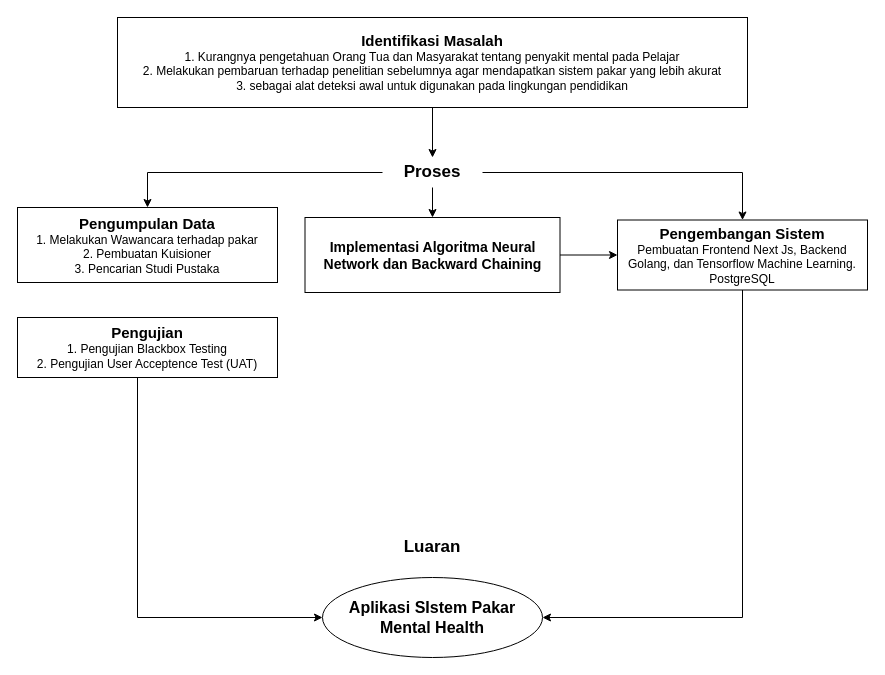
Earlier version of the draw.io diagram Dokumen/Gambar Diagram/Kerangka Pikir.drawio (KingRovs771/Skripsi-Document). Source tidied: cells renumbered, new cells numbered last; positions are measured from the earlier drawing's top-left corner, leaving out a move shared by most shapes. Both pictures are drawn from the tidied source at 100%, with x=0, y=0 at pixel (17, 17).
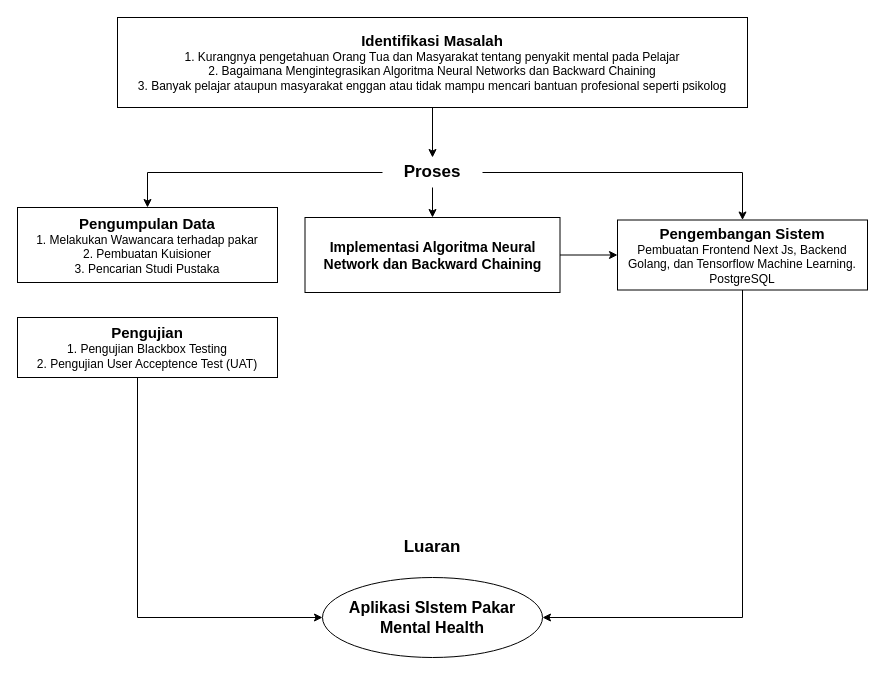
Above is the later version.

What changed in the source:
```diff
@@
-    <mxCell id="14" value="&lt;b&gt;&lt;font style=&quot;font-size: 15px;&quot;&gt;Identifikasi Masalah&lt;/font&gt;&lt;/b&gt;&lt;div&gt;&lt;font style=&quot;&quot;&gt;1. Kurangnya pengetahuan Orang Tua dan Masyarakat tentang penyakit mental pada Pelajar&lt;/font&gt;&lt;/div&gt;&lt;div&gt;&lt;font style=&quot;&quot;&gt;2. Melakukan pembaruan terhadap penelitian sebelumnya agar mendapatkan sistem pakar yang lebih akurat&lt;/font&gt;&lt;/div&gt;&lt;div&gt;&lt;font style=&quot;&quot;&gt;3. sebagai alat deteksi awal untuk digunakan pada lingkungan pendidikan&lt;/font&gt;&lt;/div&gt;" style="rounded=0;whiteSpace=wrap;html=1;" parent="1" vertex="1">
+    <mxCell id="14" value="&lt;b&gt;&lt;font style=&quot;font-size: 15px;&quot;&gt;Identifikasi Masalah&lt;/font&gt;&lt;/b&gt;&lt;div&gt;&lt;font style=&quot;&quot;&gt;1. Kurangnya pengetahuan Orang Tua dan Masyarakat tentang penyakit mental pada Pelajar&lt;/font&gt;&lt;/div&gt;&lt;div&gt;&lt;font style=&quot;&quot;&gt;2. Bagaimana Mengintegrasikan Algoritma Neural Networks dan Backward Chaining&lt;/font&gt;&lt;/div&gt;&lt;div&gt;&lt;font style=&quot;&quot;&gt;3. Banyak pelajar ataupun masyarakat enggan atau tidak mampu mencari bantuan profesional seperti psikolog&lt;/font&gt;&lt;/div&gt;" style="rounded=0;whiteSpace=wrap;html=1;" parent="1" vertex="1">
       <mxGeometry x="100" width="630" height="90" as="geometry" />
     </mxCell>
```
